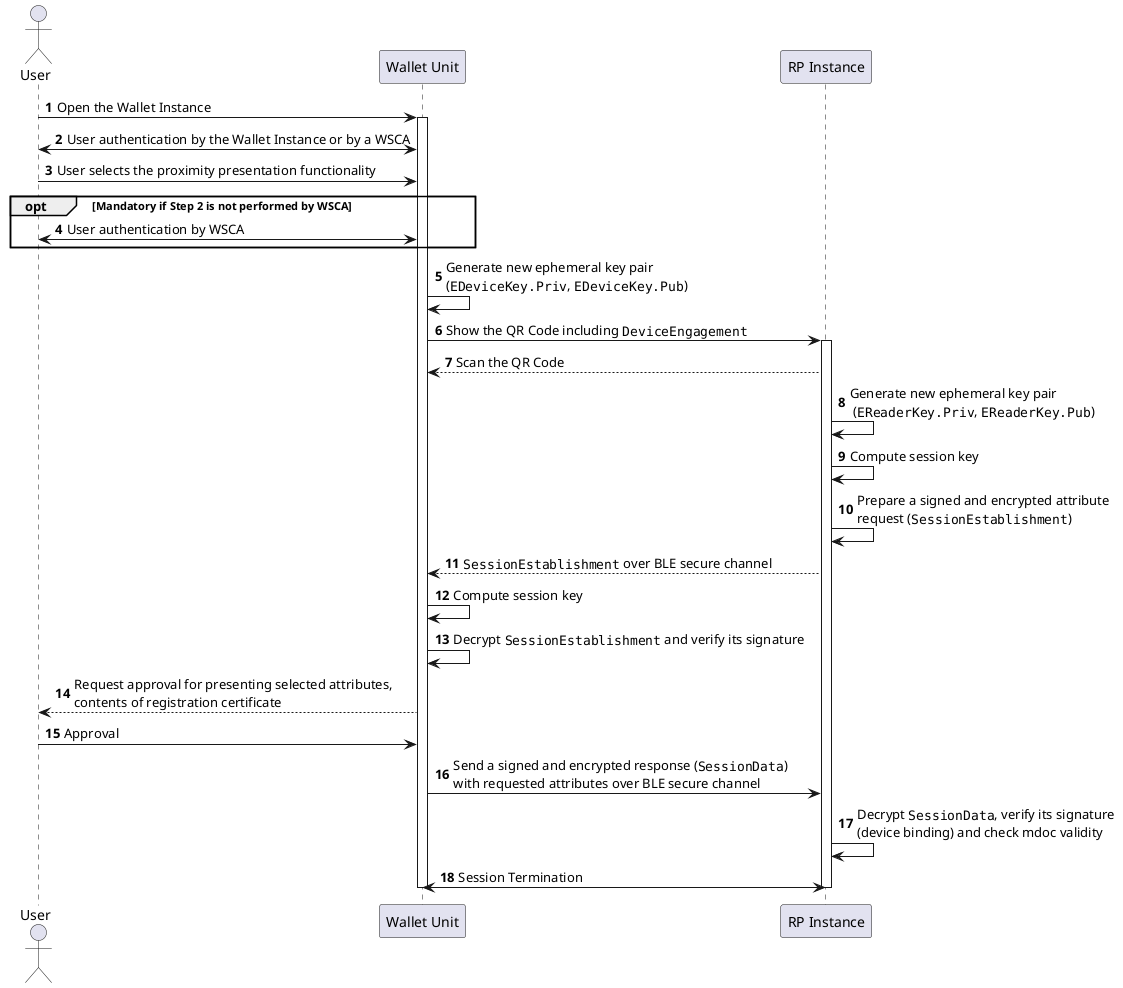
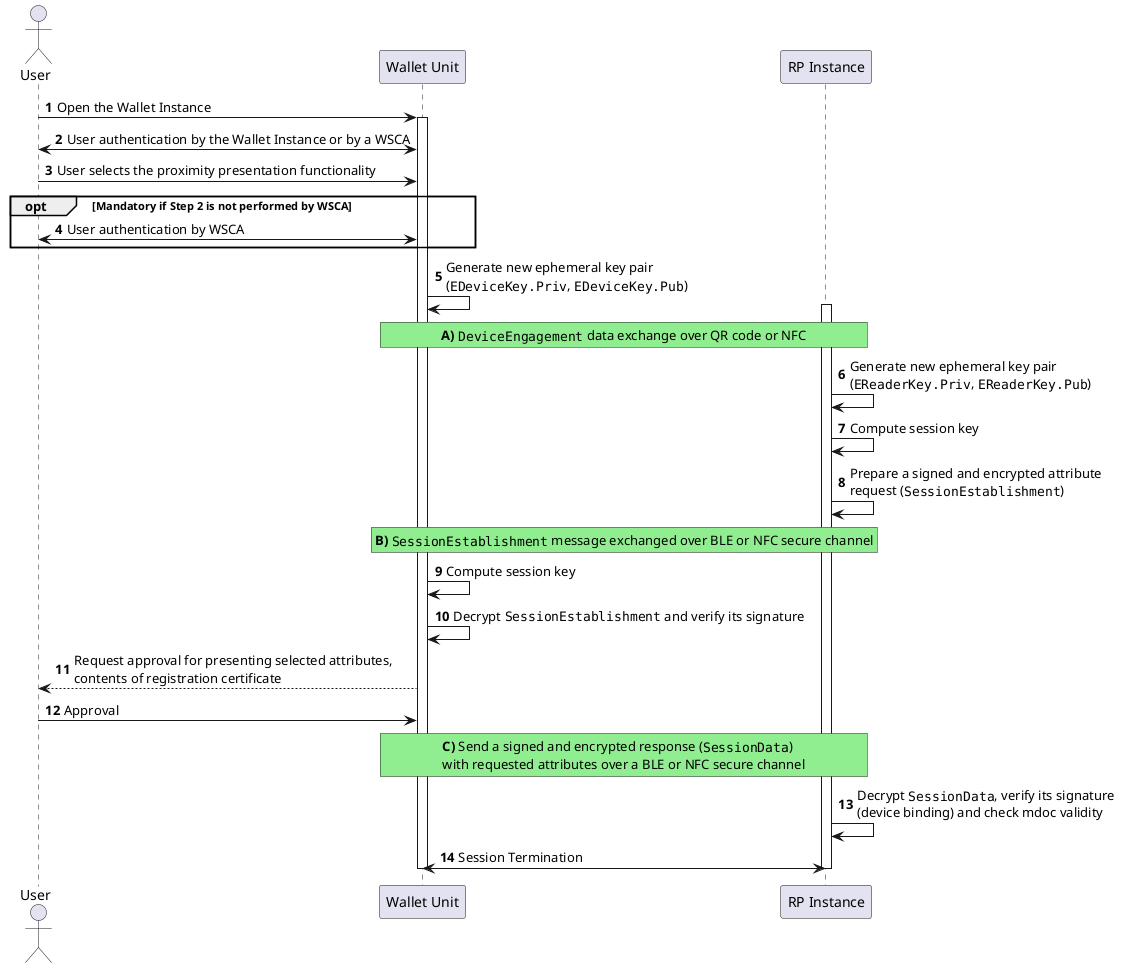
- @startuml Low-Level Presentation Phase
+ @startuml
autonumber

    actor User as u

    participant "Wallet Unit" as w
    participant "RP Instance" as v

    u->w: Open the Wallet Instance
    activate w
    u<->w: User authentication by the Wallet Instance or by a WSCA

    u->w: User selects the proximity presentation functionality
    opt Mandatory if Step 2 is not performed by WSCA
    w<->u: User authentication by WSCA
    end
+ 
    w->w: Generate new ephemeral key pair \n(""EDeviceKey.Priv"", ""EDeviceKey.Pub"")
-     w->v: Show the QR Code including ""DeviceEngagement""
+ 
+     rnote over w,v #LIGHTGREEN
+     <b>A)</b> ""DeviceEngagement"" data exchange over QR code or NFC
+     endrnote
+ 
    activate v
-     v-->w: Scan the QR Code
-     v->v: Generate new ephemeral key pair \n (""EReaderKey.Priv"", ""EReaderKey.Pub"")
+ 
+     v->v: Generate new ephemeral key pair \n(""EReaderKey.Priv"", ""EReaderKey.Pub"")
    v->v: Compute session key

+     v->v: Prepare a signed and encrypted attribute \nrequest (""SessionEstablishment"")

-     v->v: Prepare a signed and encrypted attribute \nrequest (""SessionEstablishment"")
-     v-->w: ""SessionEstablishment"" over BLE secure channel
+     rnote over w,v #LIGHTGREEN
+     <b>B)</b> ""SessionEstablishment"" message exchanged over BLE or NFC secure channel
+     endrnote
+ 
+ 
    w->w: Compute session key
    w->w: Decrypt ""SessionEstablishment"" and verify its signature
+ 
    w-->u: Request approval for presenting selected attributes, \ncontents of registration certificate
    u->w: Approval
-     w->v: Send a signed and encrypted response (""SessionData"") \nwith requested attributes over BLE secure channel
+ 
+     rnote over w,v #LIGHTGREEN
+     <b>C)</b> Send a signed and encrypted response (""SessionData"")
+     with requested attributes over a BLE or NFC secure channel
+     endrnote
+ 
    v->v: Decrypt ""SessionData"", verify its signature \n(device binding) and check mdoc validity
+ 
    w<->v: Session Termination
    deactivate v
    deactivate w
@enduml